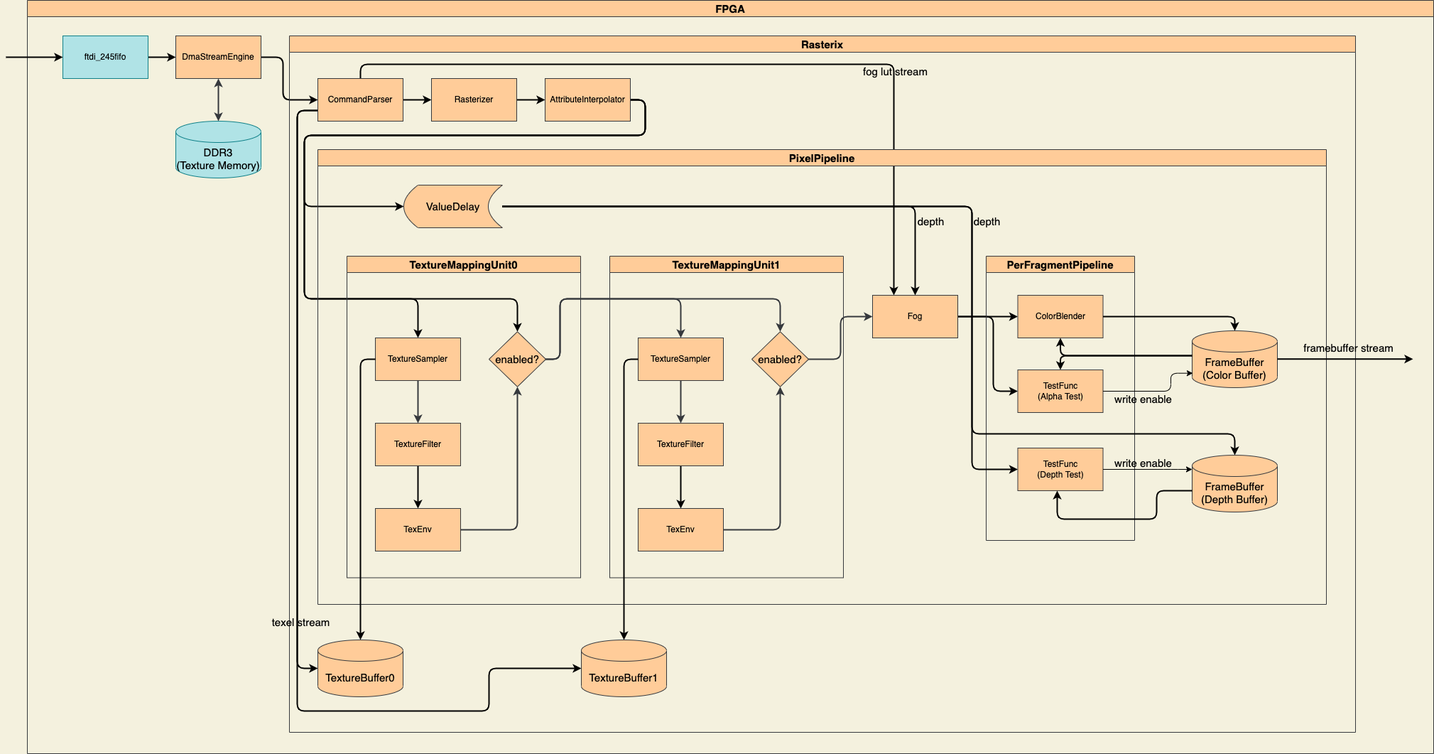
Earlier version of the draw.io export pictures/fpgaFlow.drawio.png (ToNi3141/Rasterix). Source tidied: cells renumbered, new cells last; positions are measured from the earlier drawing's top-left corner, leaving out a move shared by most shapes.
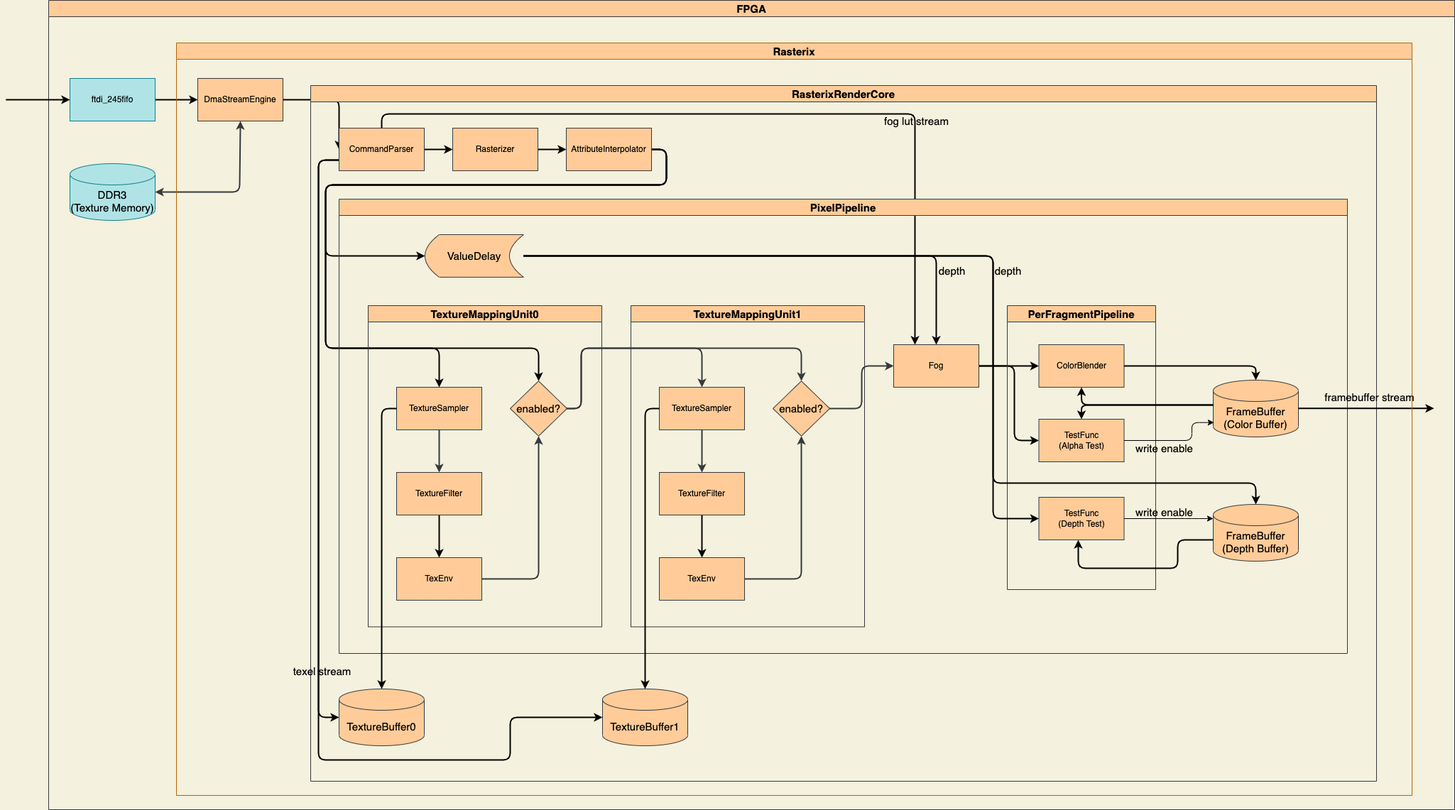
Above is the later version.

Change to the diagram source:
```diff
@@ -3,27 +3,27 @@
     <mxCell id="0" />
     <mxCell id="1" parent="0" />
     <mxCell id="2" value="FPGA" style="swimlane;labelBackgroundColor=none;fontSize=15;fillColor=#ffcc99;strokeColor=#36393d;fontColor=#000000;" parent="1" vertex="1">
-      <mxGeometry x="30" width="1980" height="1060" as="geometry" />
+      <mxGeometry x="30" width="1980" height="1140" as="geometry" />
     </mxCell>
     <mxCell id="3" style="edgeStyle=orthogonalEdgeStyle;html=1;exitX=1;exitY=0.5;exitDx=0;exitDy=0;entryX=0;entryY=0.5;entryDx=0;entryDy=0;labelBackgroundColor=none;fontSize=15;fontColor=#000000;startArrow=none;startFill=0;strokeColor=#000000;strokeWidth=2;" parent="2" edge="1" source="4" target="14">
       <mxGeometry relative="1" as="geometry">
         <Array as="points">
-          <mxPoint x="360" y="80" />
-          <mxPoint x="360" y="140" />
+          <mxPoint x="340" y="140" />
+          <mxPoint x="340" y="140" />
         </Array>
       </mxGeometry>
     </mxCell>
     <mxCell id="4" value="DmaStreamEngine" style="rounded=0;whiteSpace=wrap;html=1;fillColor=#ffcc99;strokeColor=#36393d;fontColor=#000000;" parent="2" vertex="1">
-      <mxGeometry x="209" y="50" width="120" height="60" as="geometry" />
+      <mxGeometry x="210" y="110" width="120" height="60" as="geometry" />
     </mxCell>
     <mxCell id="5" style="edgeStyle=orthogonalEdgeStyle;html=1;exitX=1;exitY=0.5;exitDx=0;exitDy=0;labelBackgroundColor=none;fontSize=15;fontColor=#000000;startArrow=none;startFill=0;strokeColor=#000000;strokeWidth=2;" parent="2" edge="1" source="6" target="4">
       <mxGeometry relative="1" as="geometry" />
     </mxCell>
     <mxCell id="6" value="ftdi_245fifo" style="rounded=0;whiteSpace=wrap;html=1;fillColor=#b0e3e6;strokeColor=#0e8088;fontColor=#000000;" parent="2" vertex="1">
-      <mxGeometry x="50" y="50" width="120" height="60" as="geometry" />
+      <mxGeometry x="30" y="110" width="120" height="60" as="geometry" />
     </mxCell>
-    <mxCell id="7" value="Rasterix" style="swimlane;labelBackgroundColor=none;fontSize=15;fillColor=#ffcc99;strokeColor=#36393d;fontColor=#000000;" parent="2" vertex="1">
-      <mxGeometry x="369" y="50" width="1501" height="980" as="geometry" />
+    <mxCell id="7" value="RasterixRenderCore" style="swimlane;labelBackgroundColor=none;fontSize=15;fillColor=#ffcc99;strokeColor=#36393d;fontColor=#000000;" parent="2" vertex="1">
+      <mxGeometry x="369" y="120" width="1501" height="980" as="geometry" />
     </mxCell>
     <mxCell id="8" style="edgeStyle=orthogonalEdgeStyle;html=1;exitX=1;exitY=0.5;exitDx=0;exitDy=0;labelBackgroundColor=none;fontSize=15;fontColor=#000000;startArrow=none;startFill=0;strokeColor=#000000;strokeWidth=2;" parent="7" edge="1" source="14" target="16">
       <mxGeometry relative="1" as="geometry" />
@@ -329,17 +329,23 @@
       <mxGeometry relative="1" as="geometry" />
     </mxCell>
     <mxCell id="69" value="DDR3&lt;br&gt;(Texture Memory)" style="shape=cylinder3;whiteSpace=wrap;html=1;boundedLbl=1;backgroundOutline=1;size=15;labelBackgroundColor=none;fontSize=15;fillColor=#b0e3e6;strokeColor=#0e8088;fontColor=#000000;" parent="2" vertex="1">
-      <mxGeometry x="209" y="170" width="120" height="80" as="geometry" />
+      <mxGeometry x="30" y="230" width="120" height="80" as="geometry" />
     </mxCell>
-    <mxCell id="70" style="endArrow=classic;html=1;fontSize=15;fontColor=#000000;strokeWidth=2;fillColor=#cce5ff;strokeColor=#36393d;entryX=0.5;entryY=0;entryDx=0;entryDy=0;exitX=0.5;exitY=1;exitDx=0;exitDy=0;labelBackgroundColor=none;startArrow=classic;startFill=1;entryPerimeter=0;" parent="2" edge="1" source="4" target="69">
-      <mxGeometry y="10" relative="1" as="geometry" />
+    <mxCell id="70" style="endArrow=classic;html=1;fontSize=15;fontColor=#000000;strokeWidth=2;fillColor=#cce5ff;strokeColor=#36393d;entryX=1;entryY=0.5;entryDx=0;entryDy=0;exitX=0.5;exitY=1;exitDx=0;exitDy=0;labelBackgroundColor=none;startArrow=classic;startFill=1;entryPerimeter=0;" parent="2" edge="1" source="4" target="69">
+      <mxGeometry y="10" relative="1" as="geometry">
+        <Array as="points">
+          <mxPoint x="269" y="270" />
+        </Array>
+      </mxGeometry>
     </mxCell>
+    <mxCell id="72" value="Rasterix" style="swimlane;fillColor=#FFCC99;strokeColor=#b46504;fontColor=#000000;fontSize=15;" parent="2" vertex="1">
+      <mxGeometry x="180" y="60" width="1740" height="1060" as="geometry" />
+    </mxCell>
     <mxCell id="71" style="edgeStyle=orthogonalEdgeStyle;html=1;labelBackgroundColor=none;fontSize=15;fontColor=#000000;startArrow=none;startFill=0;strokeColor=#000000;strokeWidth=2;entryX=0;entryY=0.5;entryDx=0;entryDy=0;" parent="1" edge="1" target="6">
       <mxGeometry relative="1" as="geometry">
-        <mxPoint y="80" as="sourcePoint" />
+        <mxPoint x="-30" y="140" as="sourcePoint" />
         <Array as="points">
-          <mxPoint x="50" y="80" />
-          <mxPoint x="50" y="80" />
+          <mxPoint x="-20" y="140" />
         </Array>
       </mxGeometry>
     </mxCell>
```
